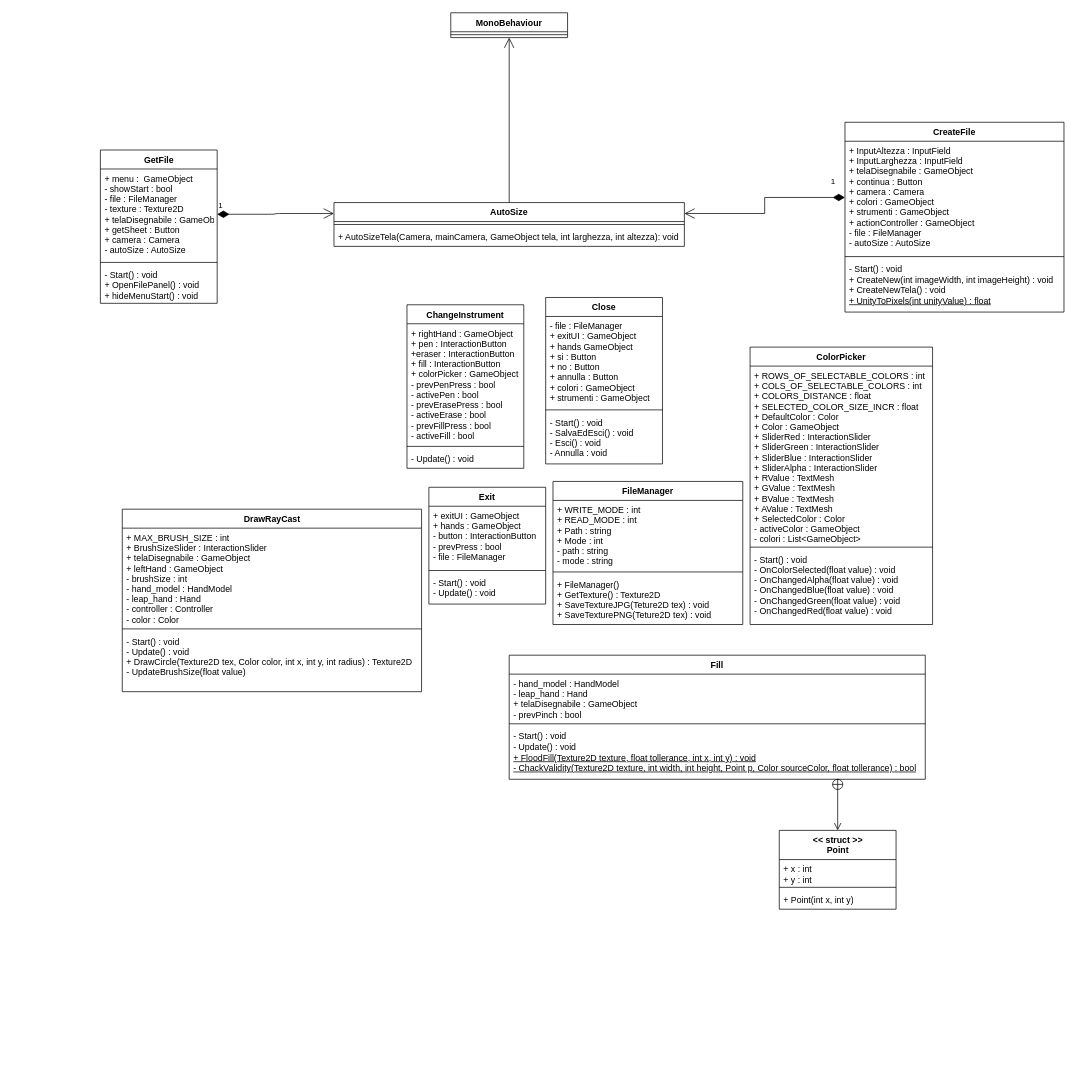
Before: Documentazione/ClassDiagram.drawio in LuMug/VirtualPainter, a draw.io diagram. Source tidied: cells renumbered, new cells numbered last; positions are measured from the earlier drawing's top-left corner, leaving out a move shared by most shapes. Both pictures are drawn from the tidied source at 73%, with x=0, y=0 at pixel (100, 12).
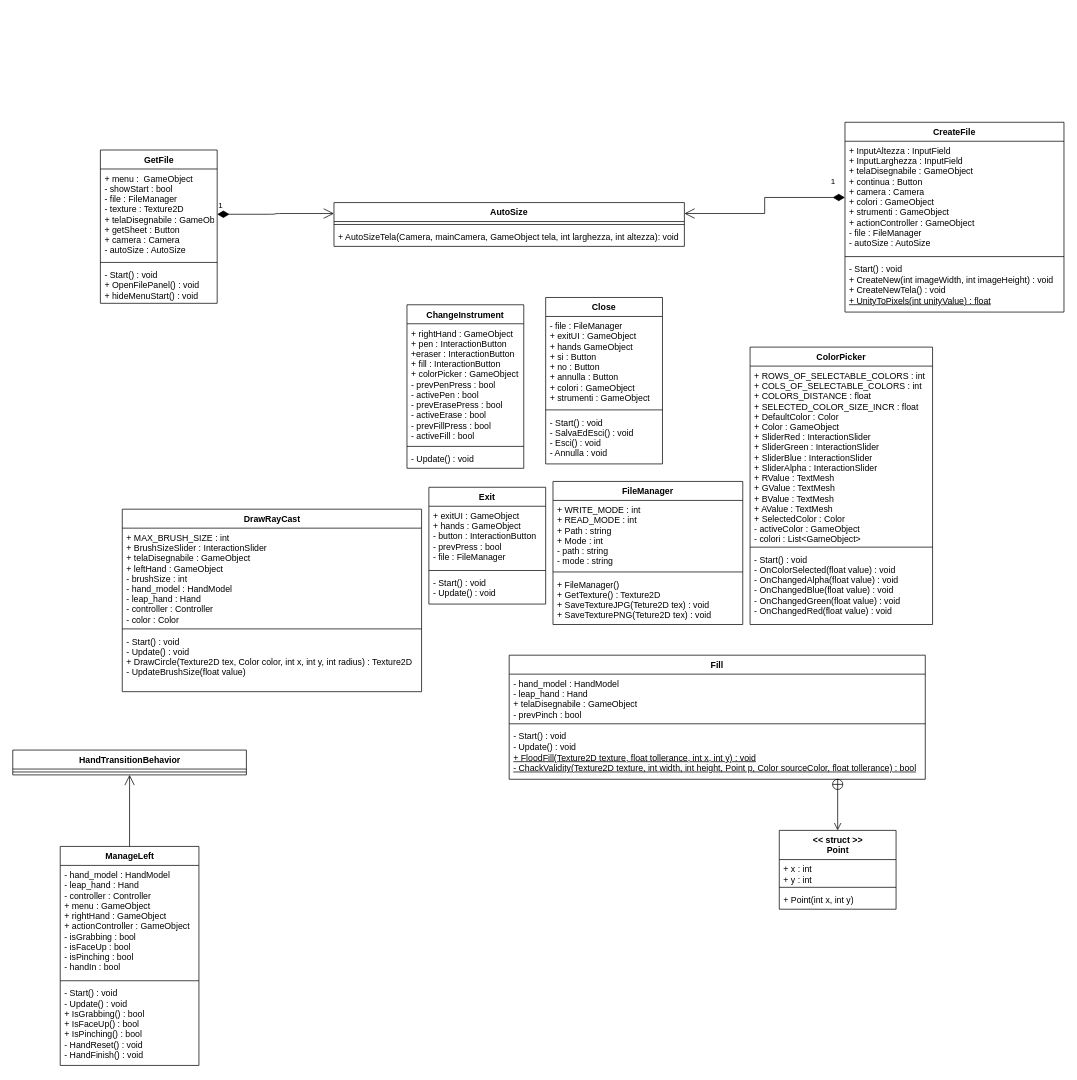
The same page after the edit.

Commit message:
Update ClassDiagram.drawio ManageLeft UML

Unchanged cells that the change refers to:
```xml
<mxCell id="2" value="AutoSize" style="swimlane;fontStyle=1;align=center;verticalAlign=top;horizontal=1;startSize=26;rounded=0;shadow=0;strokeWidth=1;" parent="1" vertex="1">
  <mxGeometry x="320" y="260" width="480" height="60" as="geometry" />
</mxCell>
```

Diff of the diagram source:
```diff
@@
-    <mxCell id="5" value="MonoBehaviour" style="swimlane;fontStyle=1;align=center;verticalAlign=top;horizontal=1;startSize=26;" parent="1" vertex="1">
-      <mxGeometry x="480" width="160" height="34" as="geometry" />
-    </mxCell>
-    <mxCell id="6" style="line;strokeWidth=1;fillColor=none;align=left;verticalAlign=middle;spacingTop=-1;spacingLeft=3;spacingRight=3;labelPosition=right;" parent="5" vertex="1">
-      <mxGeometry y="26" width="160" height="8" as="geometry" />
-    </mxCell>
-    <mxCell id="7" style="endArrow=open;endFill=1;endSize=12;html=1;rounded=0;edgeStyle=orthogonalEdgeStyle;entryX=0.5;entryY=1;entryDx=0;entryDy=0;exitX=0.5;exitY=0;exitDx=0;exitDy=0;" parent="1" edge="1" source="2" target="5">
-      <mxGeometry relative="1" as="geometry" />
-    </mxCell>
@@
+    <mxCell id="51" value="ManageLeft" style="swimlane;fontStyle=1;align=center;verticalAlign=top;horizontal=1;startSize=26;html=1;" parent="1" vertex="1">
+      <mxGeometry x="-55" y="1142" width="190" height="300" as="geometry" />
+    </mxCell>
+    <mxCell id="52" value="- hand_model : HandModel&#10;- leap_hand : Hand&#10;- controller : Controller&#10;+ menu : GameObject&#10;+ rightHand : GameObject&#10;+ actionController : GameObject&#10;- isGrabbing : bool&#10;- isFaceUp : bool&#10;- isPinching : bool&#10;- handIn : bool" style="text;strokeColor=none;fillColor=none;align=left;verticalAlign=top;spacingLeft=4;spacingRight=4;overflow=hidden;" parent="51" vertex="1">
+      <mxGeometry y="26" width="190" height="154" as="geometry" />
+    </mxCell>
+    <mxCell id="53" style="line;strokeWidth=1;fillColor=none;align=left;verticalAlign=middle;spacingTop=-1;spacingLeft=3;spacingRight=3;labelPosition=right;" parent="51" vertex="1">
+      <mxGeometry y="180" width="190" height="8" as="geometry" />
+    </mxCell>
+    <mxCell id="54" value="- Start() : void&#10;- Update() : void&#10;+ IsGrabbing() : bool&#10;+ IsFaceUp() : bool&#10;+ IsPinching() : bool&#10;- HandReset() : void&#10;- HandFinish() : void" style="text;strokeColor=none;fillColor=none;align=left;verticalAlign=top;spacingLeft=4;spacingRight=4;overflow=hidden;" parent="51" vertex="1">
+      <mxGeometry y="188" width="190" height="112" as="geometry" />
+    </mxCell>
+    <mxCell id="55" value="HandTransitionBehavior" style="swimlane;fontStyle=1;align=center;verticalAlign=top;horizontal=1;startSize=26;html=1;" parent="1" vertex="1">
+      <mxGeometry x="-120" y="1010" width="320" height="34" as="geometry" />
+    </mxCell>
+    <mxCell id="56" style="line;strokeWidth=1;fillColor=none;align=left;verticalAlign=middle;spacingTop=-1;spacingLeft=3;spacingRight=3;labelPosition=right;" parent="55" vertex="1">
+      <mxGeometry y="26" width="320" height="8" as="geometry" />
+    </mxCell>
+    <mxCell id="57" style="endArrow=open;endFill=1;endSize=12;html=1;exitX=0.5;exitY=0;exitDx=0;exitDy=0;entryX=0.5;entryY=1;entryDx=0;entryDy=0;" parent="1" edge="1" source="51" target="55">
+      <mxGeometry relative="1" as="geometry" />
+    </mxCell>
```
